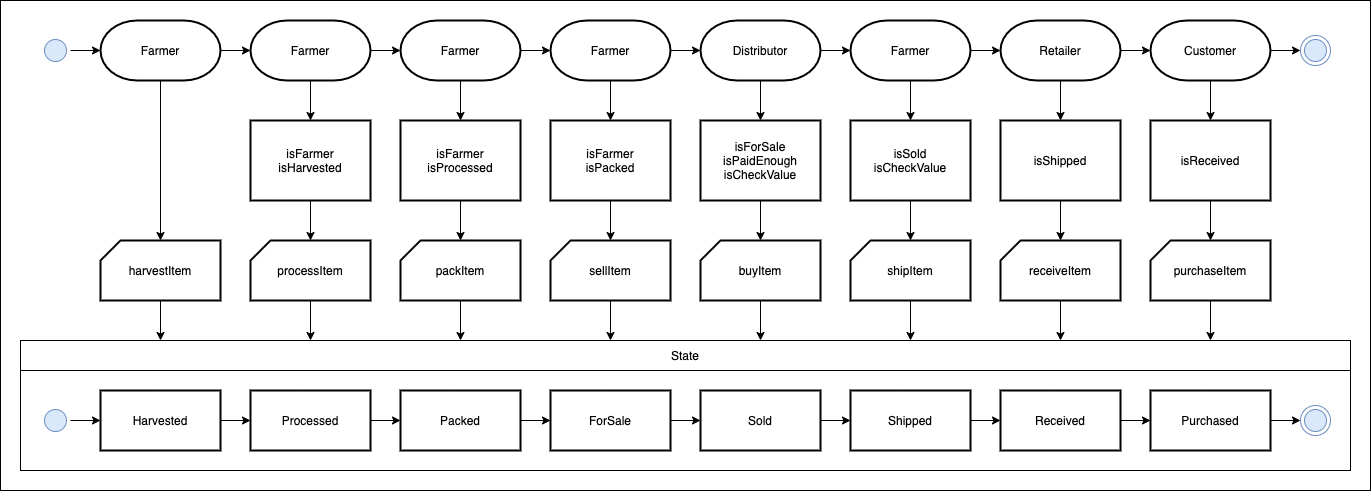
Before: diagrams/state.png, a diagram exported from draw.io (4ita/udacity-project-3). Source tidied: cells renumbered, new cells last; positions are measured from the earlier drawing's top-left corner, leaving out a move shared by most shapes.
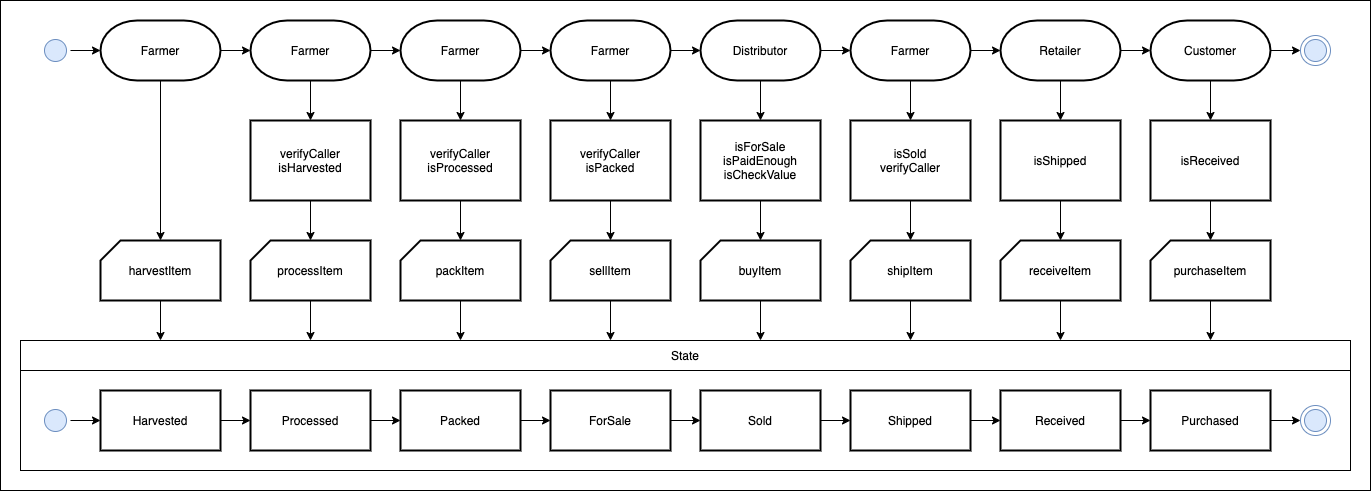
The same diagram one commit later.

The edit, as a diff of the source:
```diff
@@ -66,7 +66,7 @@
     <mxCell id="21" value="processItem" style="verticalLabelPosition=middle;verticalAlign=middle;html=1;shape=card;whiteSpace=wrap;size=20;arcSize=12;strokeWidth=2;labelPosition=center;align=center;" parent="1" vertex="1">
       <mxGeometry x="250" y="240" width="120" height="60" as="geometry" />
     </mxCell>
-    <mxCell id="22" value="isFarmer&lt;br&gt;isHarvested" style="rounded=0;whiteSpace=wrap;html=1;strokeWidth=2;" parent="1" vertex="1">
+    <mxCell id="22" value="verifyCaller&lt;br&gt;isHarvested" style="rounded=0;whiteSpace=wrap;html=1;strokeWidth=2;" parent="1" vertex="1">
       <mxGeometry x="250" y="120" width="120" height="80" as="geometry" />
     </mxCell>
     <mxCell id="23" style="edgeStyle=orthogonalEdgeStyle;rounded=0;jettySize=auto;html=1;exitX=1;exitY=0.5;exitDx=0;exitDy=0;entryX=0;entryY=0.5;entryDx=0;entryDy=0;" parent="1" edge="1" source="24" target="33">
@@ -95,7 +95,7 @@
     <mxCell id="30" value="packItem" style="verticalLabelPosition=middle;verticalAlign=middle;html=1;shape=card;whiteSpace=wrap;size=20;arcSize=12;strokeWidth=2;labelPosition=center;align=center;" parent="1" vertex="1">
       <mxGeometry x="400" y="240" width="120" height="60" as="geometry" />
     </mxCell>
-    <mxCell id="31" value="isFarmer&lt;br&gt;isProcessed" style="rounded=0;whiteSpace=wrap;html=1;strokeWidth=2;" parent="1" vertex="1">
+    <mxCell id="31" value="verifyCaller&lt;br&gt;isProcessed" style="rounded=0;whiteSpace=wrap;html=1;strokeWidth=2;" parent="1" vertex="1">
       <mxGeometry x="400" y="120" width="120" height="80" as="geometry" />
     </mxCell>
     <mxCell id="32" style="edgeStyle=orthogonalEdgeStyle;rounded=0;jettySize=auto;html=1;exitX=1;exitY=0.5;exitDx=0;exitDy=0;entryX=0;entryY=0.5;entryDx=0;entryDy=0;" parent="1" edge="1" source="33" target="42">
@@ -124,7 +124,7 @@
     <mxCell id="39" value="sellItem" style="verticalLabelPosition=middle;verticalAlign=middle;html=1;shape=card;whiteSpace=wrap;size=20;arcSize=12;strokeWidth=2;labelPosition=center;align=center;" parent="1" vertex="1">
       <mxGeometry x="550" y="240" width="120" height="60" as="geometry" />
     </mxCell>
-    <mxCell id="40" value="isFarmer&lt;br&gt;isPacked" style="rounded=0;whiteSpace=wrap;html=1;strokeWidth=2;" parent="1" vertex="1">
+    <mxCell id="40" value="verifyCaller&lt;br&gt;isPacked" style="rounded=0;whiteSpace=wrap;html=1;strokeWidth=2;" parent="1" vertex="1">
       <mxGeometry x="550" y="120" width="120" height="80" as="geometry" />
     </mxCell>
     <mxCell id="41" style="edgeStyle=orthogonalEdgeStyle;rounded=0;jettySize=auto;html=1;exitX=1;exitY=0.5;exitDx=0;exitDy=0;entryX=0;entryY=0.5;entryDx=0;entryDy=0;" parent="1" edge="1" source="42" target="51">
@@ -182,7 +182,7 @@
     <mxCell id="57" value="shipItem" style="verticalLabelPosition=middle;verticalAlign=middle;html=1;shape=card;whiteSpace=wrap;size=20;arcSize=12;strokeWidth=2;labelPosition=center;align=center;" parent="1" vertex="1">
       <mxGeometry x="850" y="240" width="120" height="60" as="geometry" />
     </mxCell>
-    <mxCell id="58" value="isSold&lt;br&gt;isCheckValue" style="rounded=0;whiteSpace=wrap;html=1;strokeWidth=2;" parent="1" vertex="1">
+    <mxCell id="58" value="isSold&lt;br&gt;verifyCaller" style="rounded=0;whiteSpace=wrap;html=1;strokeWidth=2;" parent="1" vertex="1">
       <mxGeometry x="850" y="120" width="120" height="80" as="geometry" />
     </mxCell>
     <mxCell id="59" style="edgeStyle=orthogonalEdgeStyle;rounded=0;jettySize=auto;html=1;exitX=1;exitY=0.5;exitDx=0;exitDy=0;" parent="1" edge="1" source="60" target="69">
```
